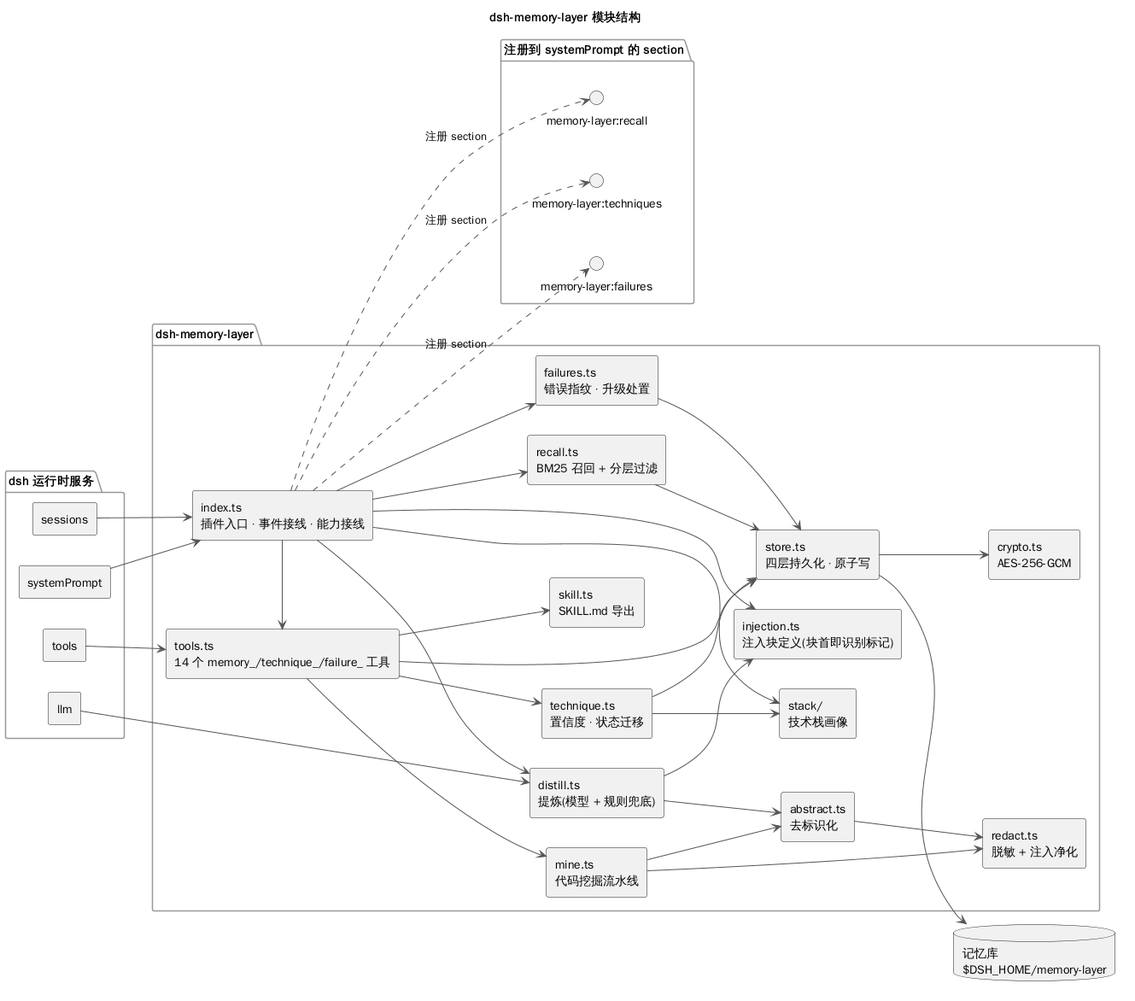
Before: docs/rendered/dsh-memory-layer-modules.png, a diagram exported from PlantUML (raitpor/dsh-memory-layer).
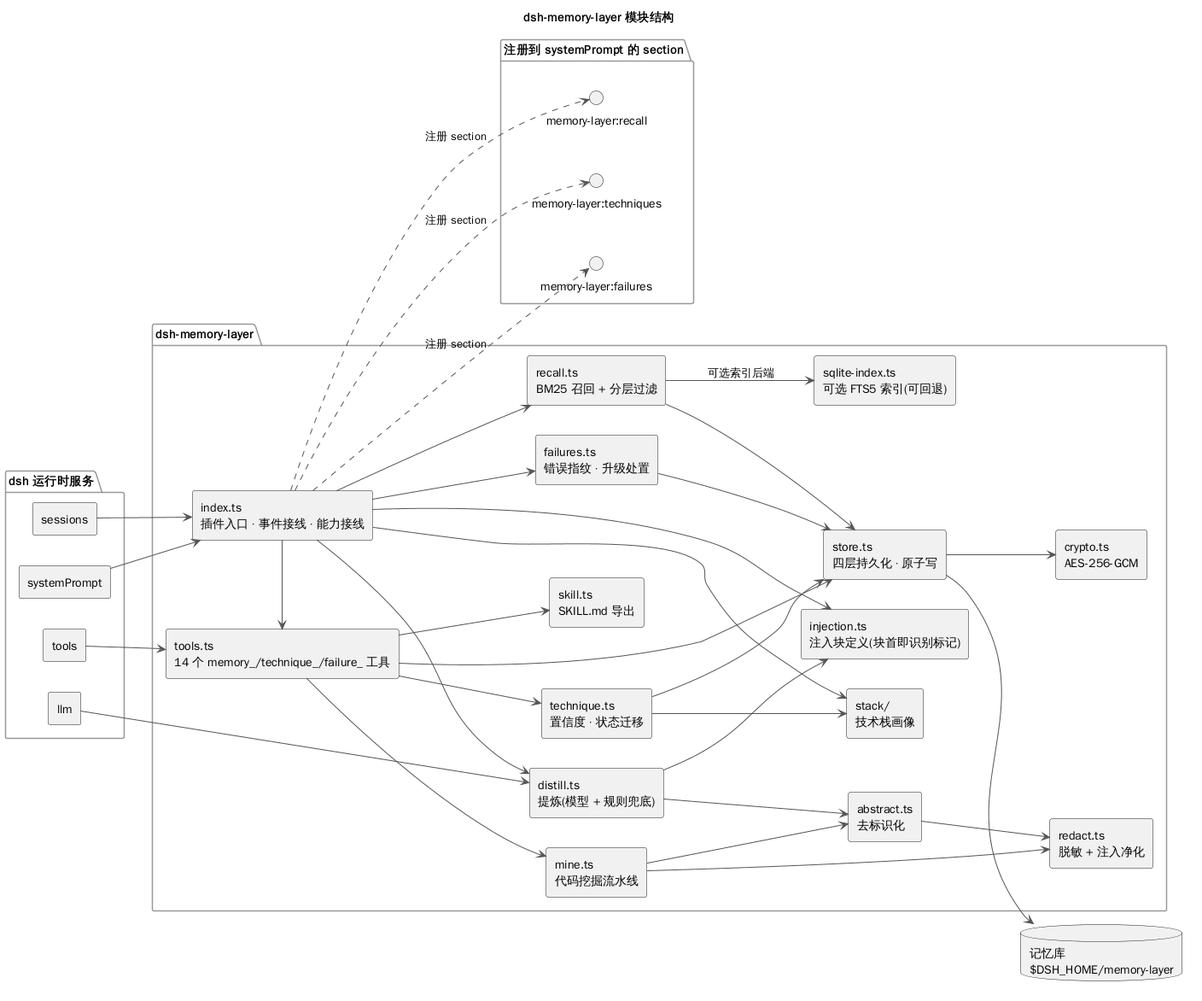
The same diagram one commit later.

Diff of the diagram source:
```diff
@@ -22,6 +22,7 @@
   component "distill.ts\n提炼(模型 + 规则兜底)" as DIST
   component "injection.ts\n注入块定义(块首即识别标记)" as INJ
   component "recall.ts\nBM25 召回 + 分层过滤" as REC
+  component "sqlite-index.ts\n可选 FTS5 索引(可回退)" as SQLIDX
   component "technique.ts\n置信度 · 状态迁移" as TECH
   component "failures.ts\n错误指纹 · 升级处置" as FAIL
   component "mine.ts\n代码挖掘流水线" as MINE
@@ -70,6 +71,7 @@
 STORE --> DB
 
 REC -down-> STORE
+REC -down-> SQLIDX : 可选索引后端
 TECH -down-> STORE
 FAIL -down-> STORE
 
```
